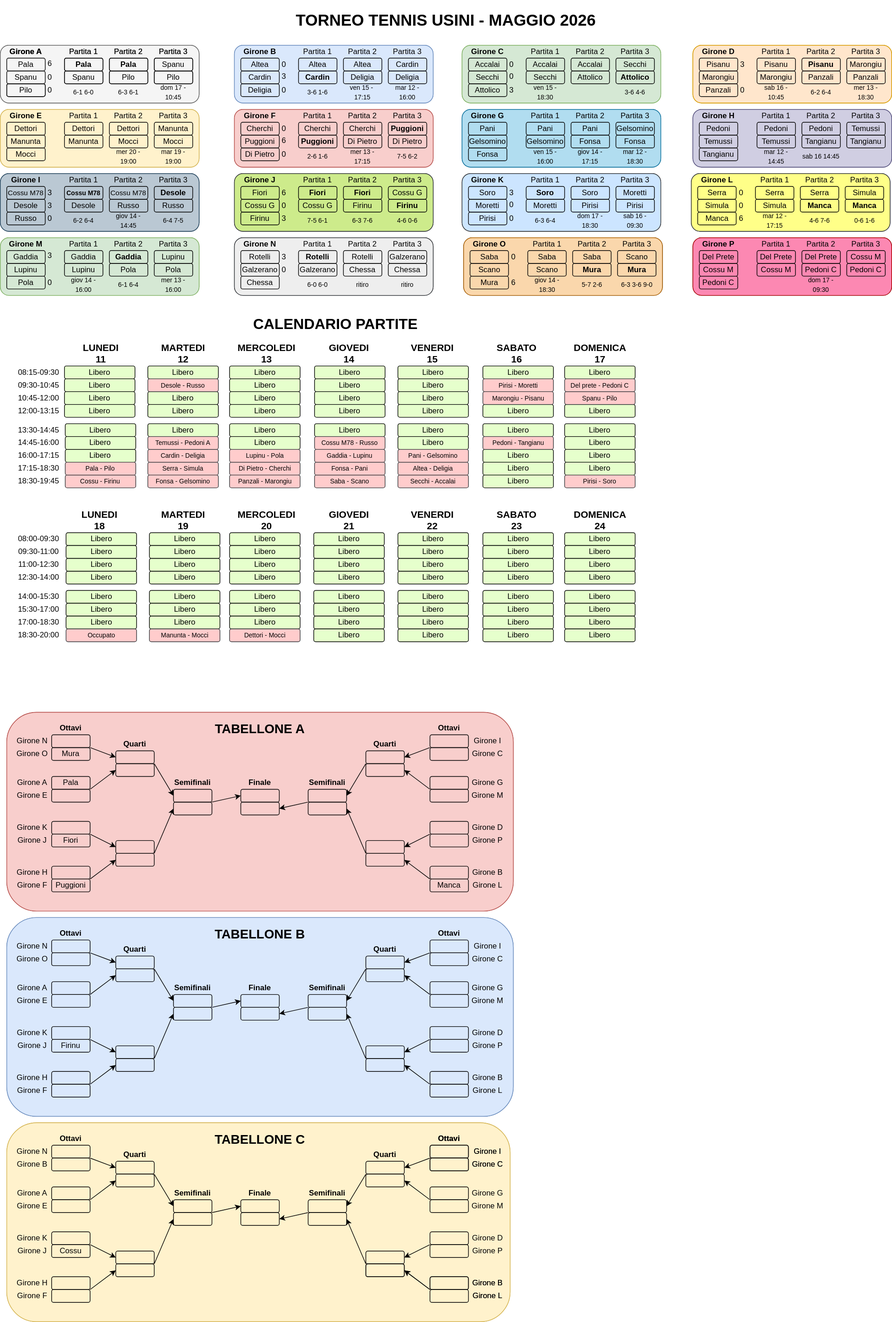
Above: torneo-tennis-2026/tabellone.drawio.svg in cscalaresu/tornei (draw.io), before the change. Source tidied: cells renumbered, new cells last; positions are measured from the earlier drawing's top-left corner, leaving out a move shared by most shapes.
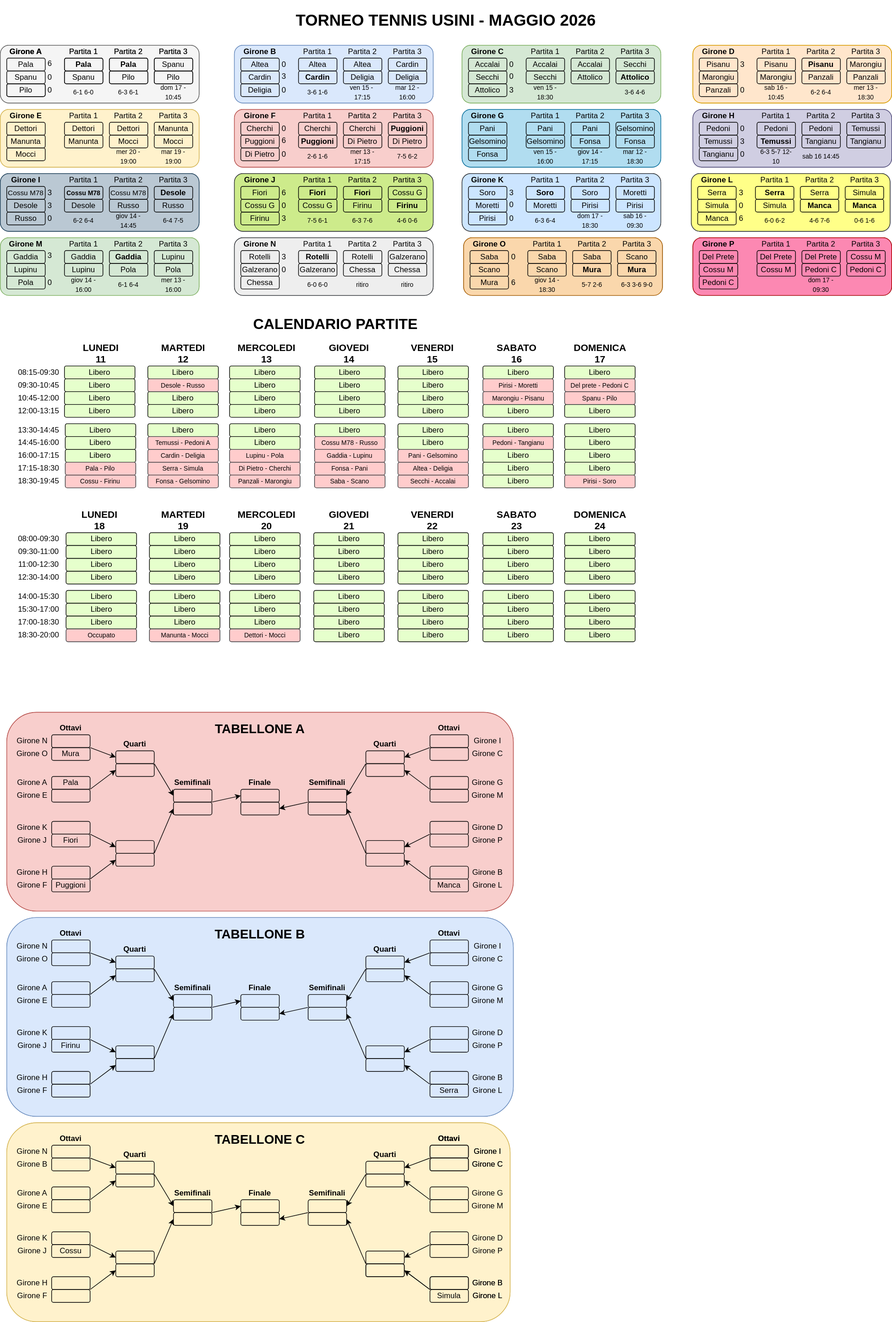
The same file after the commit.

Change to the diagram source:
```diff
@@ -284,7 +284,7 @@
     <mxCell id="95" value="Manca" style="rounded=1;whiteSpace=wrap;html=1;fillColor=none;" parent="1" vertex="1">
       <mxGeometry x="1087.5" y="330" width="60" height="20" as="geometry" />
     </mxCell>
-    <mxCell id="96" value="Serra" style="rounded=1;whiteSpace=wrap;html=1;fillColor=none;fontStyle=0;" parent="1" vertex="1">
+    <mxCell id="96" value="Serra" style="rounded=1;whiteSpace=wrap;html=1;fillColor=none;fontStyle=1;" parent="1" vertex="1">
       <mxGeometry x="1177.5" y="290" width="60" height="20" as="geometry" />
     </mxCell>
     <mxCell id="97" value="Serra" style="rounded=1;whiteSpace=wrap;html=1;fillColor=none;fontStyle=0;" parent="1" vertex="1">
@@ -563,7 +563,7 @@
     <mxCell id="188" value="Cardin" style="rounded=1;whiteSpace=wrap;html=1;fillColor=none;" parent="1" vertex="1">
       <mxGeometry x="605" y="90" width="60" height="20" as="geometry" />
     </mxCell>
-    <mxCell id="189" value="Temussi" style="rounded=1;whiteSpace=wrap;html=1;fillColor=none;" parent="1" vertex="1">
+    <mxCell id="189" value="Temussi" style="rounded=1;whiteSpace=wrap;html=1;fillColor=none;fontStyle=1;" parent="1" vertex="1">
       <mxGeometry x="1180" y="210" width="60" height="20" as="geometry" />
     </mxCell>
     <mxCell id="190" value="Temussi" style="rounded=1;whiteSpace=wrap;html=1;fillColor=none;" parent="1" vertex="1">
@@ -1809,7 +1809,7 @@
     <mxCell id="600" style="rounded=1;whiteSpace=wrap;html=1;fillColor=none;" parent="1" vertex="1">
       <mxGeometry x="670" y="1670" width="60" height="20" as="geometry" />
     </mxCell>
-    <mxCell id="601" style="rounded=1;whiteSpace=wrap;html=1;fillColor=none;" parent="1" vertex="1">
+    <mxCell id="601" value="Serra" style="rounded=1;whiteSpace=wrap;html=1;fillColor=none;" parent="1" vertex="1">
       <mxGeometry x="670" y="1690" width="60" height="20" as="geometry" />
     </mxCell>
     <mxCell id="602" value="&lt;b&gt;Quarti&lt;/b&gt;" style="text;html=1;align=center;verticalAlign=middle;whiteSpace=wrap;rounded=0;" parent="1" vertex="1">
@@ -2030,7 +2030,7 @@
     <mxCell id="673" style="rounded=1;whiteSpace=wrap;html=1;fillColor=none;" parent="1" vertex="1">
       <mxGeometry x="670" y="1990" width="60" height="20" as="geometry" />
     </mxCell>
-    <mxCell id="674" style="rounded=1;whiteSpace=wrap;html=1;fillColor=none;" parent="1" vertex="1">
+    <mxCell id="674" value="Simula" style="rounded=1;whiteSpace=wrap;html=1;fillColor=none;" parent="1" vertex="1">
       <mxGeometry x="670" y="2010" width="60" height="20" as="geometry" />
     </mxCell>
     <mxCell id="675" style="endArrow=classic;html=1;rounded=0;exitX=0;exitY=0;exitDx=0;exitDy=0;entryX=1;entryY=0.5;entryDx=0;entryDy=0;" parent="1" edge="1" source="674" target="672">
@@ -2273,7 +2273,7 @@
     <mxCell id="753" value="&lt;font style=&quot;font-size: 10px;&quot;&gt;Cossu M78 - Russo&lt;/font&gt;" style="rounded=1;whiteSpace=wrap;html=1;fillColor=#ffcccc;strokeColor=#36393d;" parent="1" vertex="1">
       <mxGeometry x="490" y="680" width="110" height="20" as="geometry" />
     </mxCell>
-    <mxCell id="754" value="&lt;font style=&quot;font-size: 10px;&quot;&gt;mar 12 - 17:15&lt;/font&gt;" style="text;html=1;whiteSpace=wrap;strokeColor=none;fillColor=none;align=center;verticalAlign=middle;rounded=0;" parent="1" vertex="1">
+    <mxCell id="754" value="&lt;font style=&quot;font-size: 10px;&quot;&gt;6-0 6-2&lt;/font&gt;" style="text;html=1;whiteSpace=wrap;strokeColor=none;fillColor=none;align=center;verticalAlign=middle;rounded=0;" parent="1" vertex="1">
       <mxGeometry x="1177.5" y="330" width="60" height="25" as="geometry" />
     </mxCell>
     <mxCell id="755" value="&lt;font size=&quot;1&quot;&gt;0-6 1-6&lt;/font&gt;" style="text;html=1;whiteSpace=wrap;strokeColor=none;fillColor=none;align=center;verticalAlign=middle;rounded=0;" parent="1" vertex="1">
@@ -2471,7 +2471,7 @@
     <mxCell id="819" value="&lt;font style=&quot;font-size: 10px;&quot;&gt;Temussi - Pedoni A&lt;/font&gt;" style="rounded=1;whiteSpace=wrap;html=1;fillColor=#ffcccc;strokeColor=#36393d;" parent="1" vertex="1">
       <mxGeometry x="230" y="680" width="110" height="20" as="geometry" />
     </mxCell>
-    <mxCell id="820" value="&lt;font style=&quot;font-size: 10px;&quot;&gt;mar 12 - 14:45&lt;/font&gt;" style="text;html=1;whiteSpace=wrap;strokeColor=none;fillColor=none;align=center;verticalAlign=middle;rounded=0;" parent="1" vertex="1">
+    <mxCell id="820" value="&lt;font style=&quot;font-size: 10px;&quot;&gt;6-3 5-7 12-10&lt;/font&gt;" style="text;html=1;whiteSpace=wrap;strokeColor=none;fillColor=none;align=center;verticalAlign=middle;rounded=0;" parent="1" vertex="1">
       <mxGeometry x="1180" y="230" width="60" height="25" as="geometry" />
     </mxCell>
     <mxCell id="821" value="6" style="text;html=1;whiteSpace=wrap;strokeColor=none;fillColor=none;align=center;verticalAlign=middle;rounded=0;" parent="1" vertex="1">
@@ -2480,7 +2480,7 @@
     <mxCell id="822" value="3" style="text;html=1;whiteSpace=wrap;strokeColor=none;fillColor=none;align=center;verticalAlign=middle;rounded=0;" parent="1" vertex="1">
       <mxGeometry x="435" y="327.5" width="15" height="25" as="geometry" />
     </mxCell>
-    <mxCell id="823" value="0" style="text;html=1;whiteSpace=wrap;strokeColor=none;fillColor=none;align=center;verticalAlign=middle;rounded=0;" parent="1" vertex="1">
+    <mxCell id="823" value="3" style="text;html=1;whiteSpace=wrap;strokeColor=none;fillColor=none;align=center;verticalAlign=middle;rounded=0;" parent="1" vertex="1">
       <mxGeometry x="1147.5" y="287.5" width="15" height="25" as="geometry" />
     </mxCell>
     <mxCell id="824" value="Libero" style="rounded=1;whiteSpace=wrap;html=1;fillColor=#E6FFCC;" parent="1" vertex="1">
@@ -2705,5 +2705,14 @@
     <mxCell id="897" value="0" style="text;html=1;whiteSpace=wrap;strokeColor=none;fillColor=none;align=center;verticalAlign=middle;rounded=0;" parent="1" vertex="1">
       <mxGeometry x="70" y="327.5" width="15" height="25" as="geometry" />
     </mxCell>
+    <mxCell id="898" value="3" style="text;html=1;whiteSpace=wrap;strokeColor=none;fillColor=none;align=center;verticalAlign=middle;rounded=0;" parent="1" vertex="1">
+      <mxGeometry x="1150" y="207.5" width="15" height="25" as="geometry" />
+    </mxCell>
+    <mxCell id="899" value="0" style="text;html=1;whiteSpace=wrap;strokeColor=none;fillColor=none;align=center;verticalAlign=middle;rounded=0;" parent="1" vertex="1">
+      <mxGeometry x="1150" y="227.5" width="15" height="25" as="geometry" />
+    </mxCell>
+    <mxCell id="900" value="0" style="text;html=1;whiteSpace=wrap;strokeColor=none;fillColor=none;align=center;verticalAlign=middle;rounded=0;" parent="1" vertex="1">
+      <mxGeometry x="1150" y="187.5" width="15" height="25" as="geometry" />
+    </mxCell>
   </root>
 </mxGraphModel>
```
